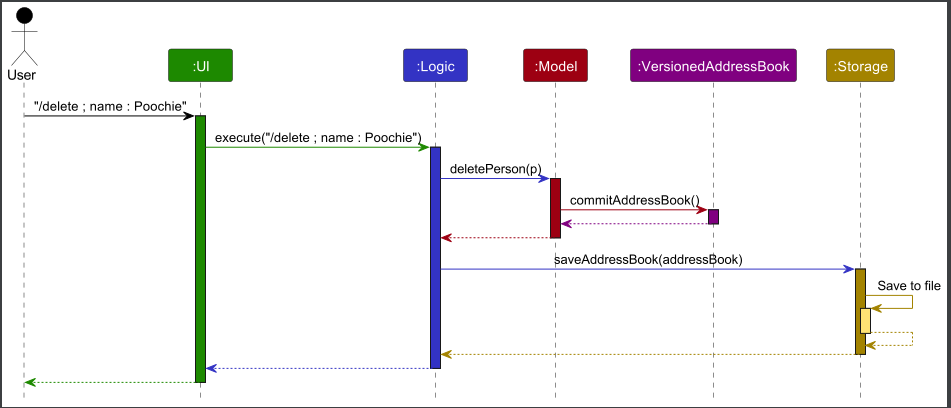
Before: docs/images/ArchitectureSequenceDiagram.png, a diagram exported from PlantUML (yleeyilin/tp). Its source is kept beside it as docs/diagrams/ArchitectureSequenceDiagram.puml. The source it was exported from:
```plantuml
@startuml
!include style.puml
skinparam ArrowFontStyle plain

Actor User as user USER_COLOR
Participant ":UI" as ui UI_COLOR
Participant ":Logic" as logic LOGIC_COLOR
Participant ":Model" as model MODEL_COLOR
Participant ":VersionedAddressBook" as book BOOK_COLOR
Participant ":Storage" as storage STORAGE_COLOR

user -[USER_COLOR]> ui : "/delete ; name : Poochie"
activate ui UI_COLOR

ui -[UI_COLOR]> logic : execute("/delete ; name : Poochie")
activate logic LOGIC_COLOR

logic -[LOGIC_COLOR]> model : deletePerson(p)
activate model MODEL_COLOR

model -[MODEL_COLOR]> book : commitAddressBook()
activate book BOOK_COLOR

book -[BOOK_COLOR]-> model
deactivate book

model -[MODEL_COLOR]-> logic
deactivate model

logic -[LOGIC_COLOR]> storage : saveAddressBook(addressBook)
activate storage STORAGE_COLOR

storage -[STORAGE_COLOR]> storage : Save to file
activate storage STORAGE_COLOR_T1
storage --[STORAGE_COLOR]> storage
deactivate storage

storage --[STORAGE_COLOR]> logic
deactivate storage

logic --[LOGIC_COLOR]> ui
deactivate logic

ui--[UI_COLOR]> user
deactivate ui
@enduml
```
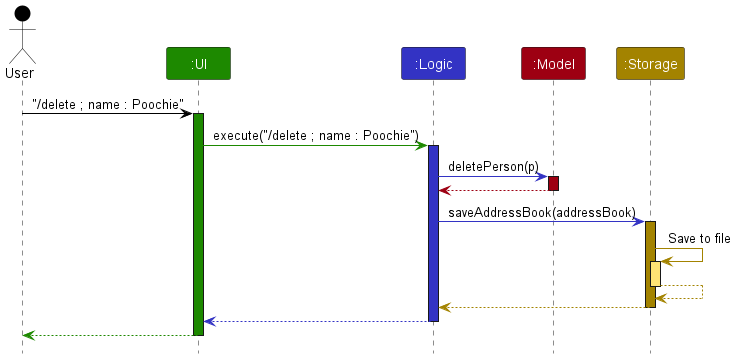
The same file after the commit.

Diff of the diagram source:
```diff
@@ -6,7 +6,6 @@
 Participant ":UI" as ui UI_COLOR
 Participant ":Logic" as logic LOGIC_COLOR
 Participant ":Model" as model MODEL_COLOR
-Participant ":VersionedAddressBook" as book BOOK_COLOR
 Participant ":Storage" as storage STORAGE_COLOR
 
 user -[USER_COLOR]> ui : "/delete ; name : Poochie"
@@ -17,12 +16,6 @@
 
 logic -[LOGIC_COLOR]> model : deletePerson(p)
 activate model MODEL_COLOR
-
-model -[MODEL_COLOR]> book : commitAddressBook()
-activate book BOOK_COLOR
-
-book -[BOOK_COLOR]-> model
-deactivate book
 
 model -[MODEL_COLOR]-> logic
 deactivate model
```
